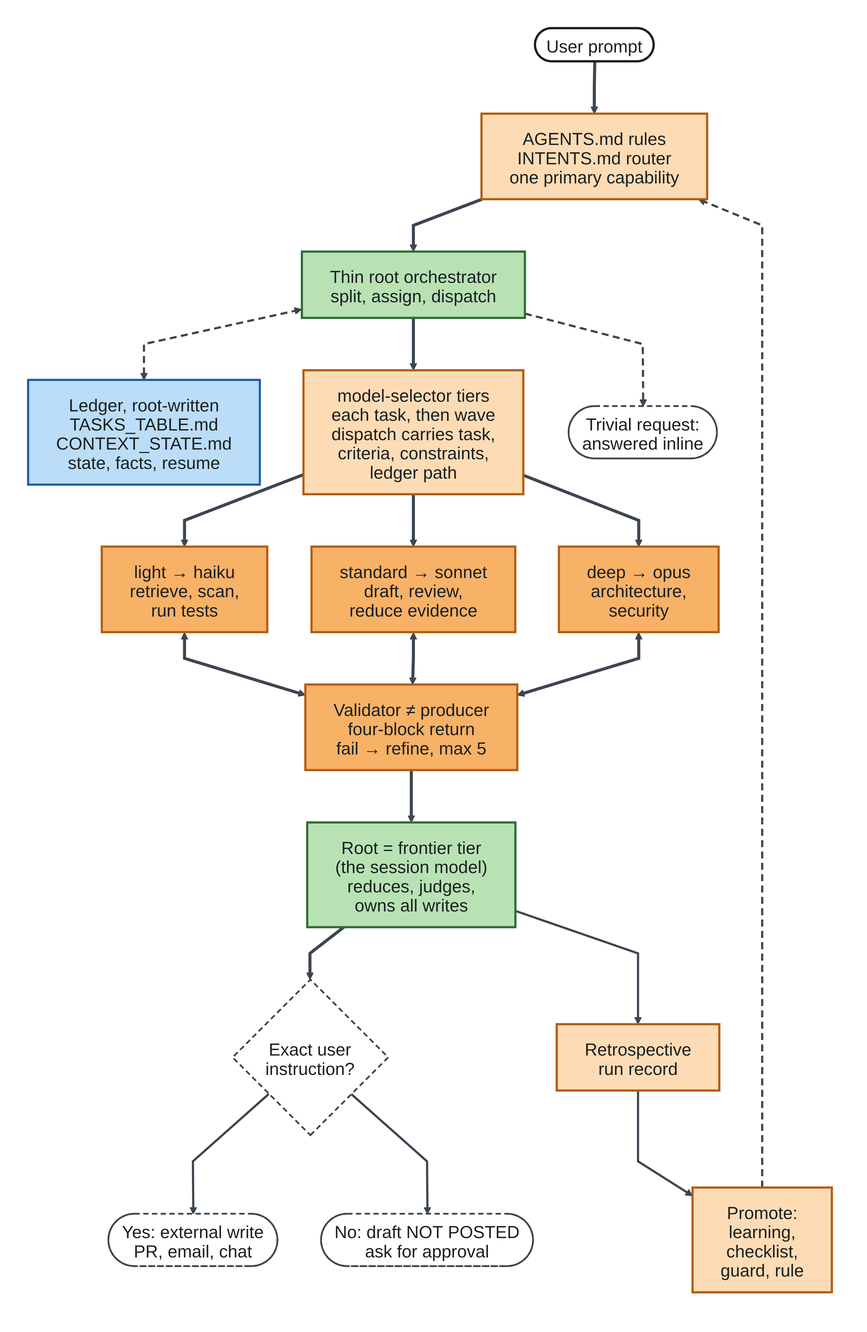
Above: docs/diagrams/fig1-orchestrator-architecture.png in enok/llm-toolkit-project (Mermaid), before the change. Its source is kept beside it as docs/diagrams/fig1-orchestrator-architecture.mmd.
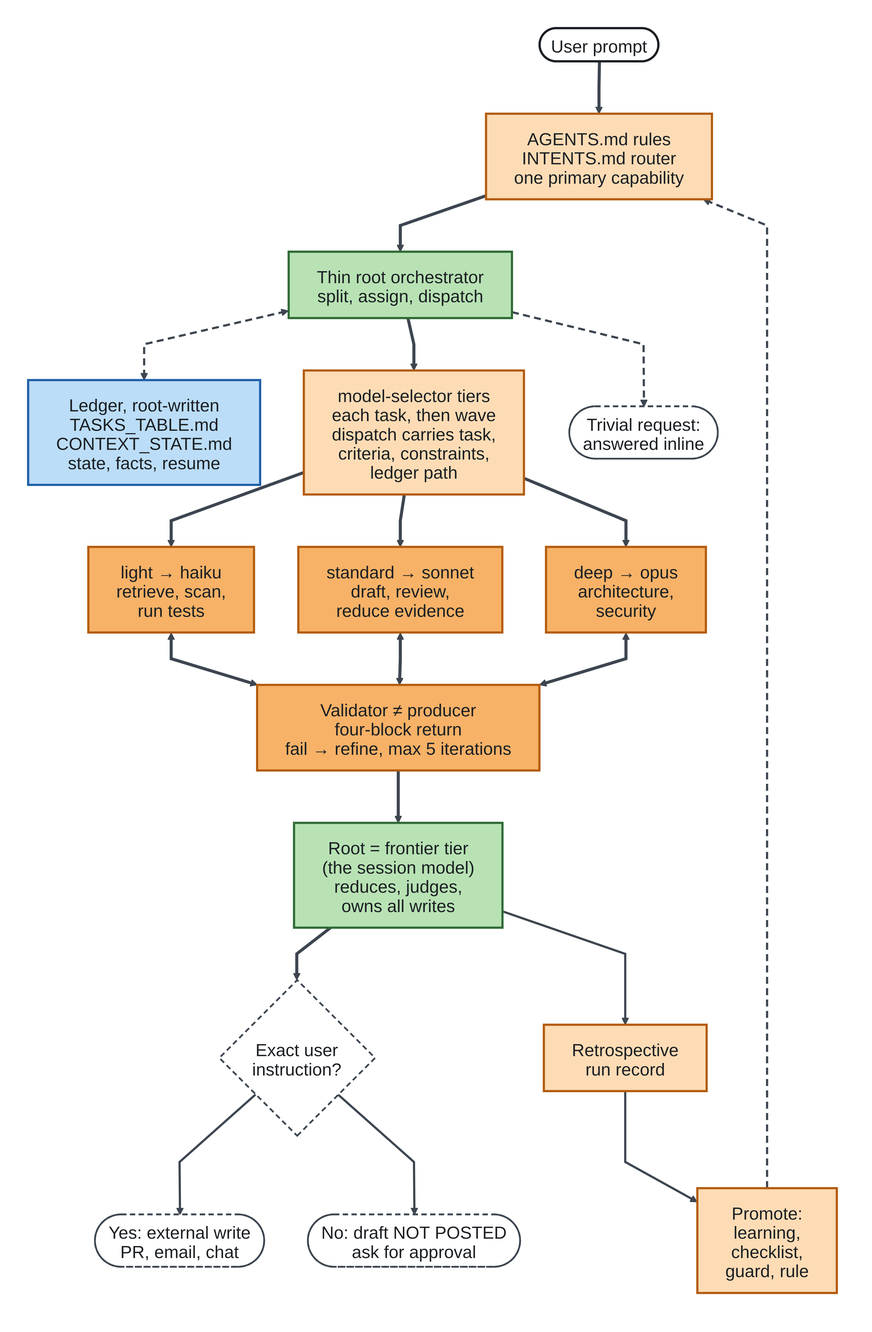
Above is the later version.

Commit message:
docs(diagrams): label the quality loop as max 5 iterations

Change to the diagram source:
```diff
@@ -9,7 +9,7 @@
     L1["light → haiku<br/>retrieve, scan,<br/>run tests"]
     L2["standard → sonnet<br/>draft, review,<br/>reduce evidence"]
     L3["deep → opus<br/>architecture,<br/>security"]
-    V["Validator ≠ producer<br/>four-block return<br/>fail → refine, max 5"]
+    V["Validator ≠ producer<br/>four-block return<br/>fail → refine, max 5 iterations"]
     X["Root = frontier tier<br/>(the session model)<br/>reduces, judges,<br/>owns all writes"]
     G{"Exact user<br/>instruction?"}
     E(["Yes: external write<br/>PR, email, chat"])
```
